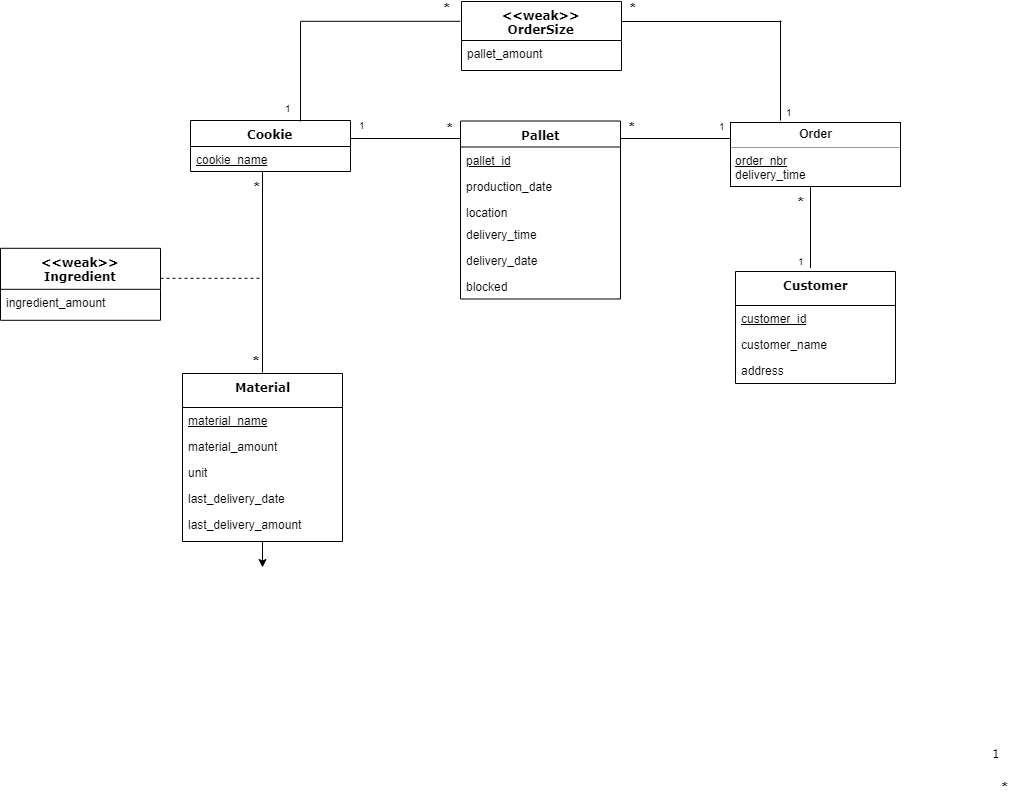
This is krusty_uml.png from davidjungermann/EDAF75-Project, a draw.io export, as it was before one commit. Source tidied: cells renumbered, new cells last; positions are measured from the earlier drawing's top-left corner, leaving out a move shared by most shapes. Its diagram source:
```xml
<mxGraphModel background="#ffffff">
  <root>
    <mxCell id="0" />
    <mxCell id="1" parent="0" />
    <mxCell id="2" value="Customer" style="swimlane;html=1;fontStyle=1;align=center;verticalAlign=top;horizontal=1;startSize=34;swimlaneFillColor=#ffffff;rounded=0;shadow=0;comic=0;labelBackgroundColor=none;strokeColor=#000000;strokeWidth=1;fillColor=none;fontFamily=Verdana;fontSize=12;fontColor=#000000;" parent="1" vertex="1">
      <mxGeometry x="735" y="279" width="160" height="112" as="geometry" />
    </mxCell>
    <mxCell id="3" value="&lt;u&gt;customer_id&lt;/u&gt;" style="text;html=1;strokeColor=none;fillColor=none;align=left;verticalAlign=top;spacingLeft=4;spacingRight=4;whiteSpace=wrap;overflow=hidden;" parent="2" vertex="1">
      <mxGeometry y="34" width="160" height="26" as="geometry" />
    </mxCell>
    <mxCell id="4" value="customer_name" style="text;html=1;strokeColor=none;fillColor=none;align=left;verticalAlign=top;spacingLeft=4;spacingRight=4;whiteSpace=wrap;overflow=hidden;" parent="2" vertex="1">
      <mxGeometry y="60" width="160" height="26" as="geometry" />
    </mxCell>
    <mxCell id="5" value="address" style="text;html=1;strokeColor=none;fillColor=none;align=left;verticalAlign=top;spacingLeft=4;spacingRight=4;whiteSpace=wrap;overflow=hidden;" parent="2" vertex="1">
      <mxGeometry y="86" width="160" height="26" as="geometry" />
    </mxCell>
    <mxCell id="6" value="Pallet" style="swimlane;html=1;fontStyle=1;align=center;verticalAlign=top;horizontal=1;startSize=26;swimlaneFillColor=#ffffff;rounded=0;shadow=0;comic=0;labelBackgroundColor=none;strokeColor=#000000;strokeWidth=1;fillColor=none;fontFamily=Verdana;fontSize=12;fontColor=#000000;" parent="1" vertex="1">
      <mxGeometry x="460" y="128.5" width="160" height="178" as="geometry" />
    </mxCell>
    <mxCell id="7" value="&lt;u&gt;pallet_id&lt;/u&gt;" style="text;html=1;strokeColor=none;fillColor=none;align=left;verticalAlign=top;spacingLeft=4;spacingRight=4;whiteSpace=wrap;overflow=hidden;" parent="6" vertex="1">
      <mxGeometry y="26" width="160" height="26" as="geometry" />
    </mxCell>
    <mxCell id="8" value="production_date&lt;br&gt;" style="text;html=1;strokeColor=none;fillColor=none;align=left;verticalAlign=top;spacingLeft=4;spacingRight=4;whiteSpace=wrap;overflow=hidden;" parent="6" vertex="1">
      <mxGeometry y="52" width="160" height="26" as="geometry" />
    </mxCell>
    <mxCell id="9" value="location" style="text;html=1;strokeColor=none;fillColor=none;align=left;verticalAlign=top;spacingLeft=4;spacingRight=4;whiteSpace=wrap;overflow=hidden;" parent="6" vertex="1">
      <mxGeometry y="78" width="160" height="22" as="geometry" />
    </mxCell>
    <mxCell id="10" value="delivery_time" style="text;html=1;strokeColor=none;fillColor=none;align=left;verticalAlign=top;spacingLeft=4;spacingRight=4;whiteSpace=wrap;overflow=hidden;" parent="6" vertex="1">
      <mxGeometry y="100" width="160" height="26" as="geometry" />
    </mxCell>
    <mxCell id="11" value="delivery_date" style="text;html=1;strokeColor=none;fillColor=none;align=left;verticalAlign=top;spacingLeft=4;spacingRight=4;whiteSpace=wrap;overflow=hidden;" parent="6" vertex="1">
      <mxGeometry y="126" width="160" height="26" as="geometry" />
    </mxCell>
    <mxCell id="12" value="blocked" style="text;html=1;strokeColor=none;fillColor=none;align=left;verticalAlign=top;spacingLeft=4;spacingRight=4;whiteSpace=wrap;overflow=hidden;" parent="6" vertex="1">
      <mxGeometry y="152" width="160" height="26" as="geometry" />
    </mxCell>
    <mxCell id="13" value="Cookie" style="swimlane;html=1;fontStyle=1;align=center;verticalAlign=top;horizontal=1;startSize=26;swimlaneFillColor=#ffffff;rounded=0;shadow=0;comic=0;labelBackgroundColor=none;strokeColor=#000000;strokeWidth=1;fillColor=none;fontFamily=Verdana;fontSize=12;fontColor=#000000;" parent="1" vertex="1">
      <mxGeometry x="190" y="128" width="160" height="51" as="geometry" />
    </mxCell>
    <mxCell id="14" value="&lt;div style=&quot;text-align: center&quot;&gt;&lt;span&gt;&lt;u&gt;cookie_name&lt;/u&gt;&lt;/span&gt;&lt;/div&gt;" style="text;html=1;strokeColor=none;fillColor=none;align=left;verticalAlign=top;spacingLeft=4;spacingRight=4;whiteSpace=wrap;overflow=hidden;points=[[0,0.5],[1,0.5]];portConstraint=eastwest;" parent="13" vertex="1">
      <mxGeometry y="26" width="160" height="24" as="geometry" />
    </mxCell>
    <mxCell id="15" value="&amp;lt;&amp;lt;weak&amp;gt;&amp;gt;&lt;br&gt;Ingredient&lt;br&gt;" style="swimlane;html=1;fontStyle=1;align=center;verticalAlign=top;horizontal=1;startSize=41;swimlaneFillColor=#ffffff;rounded=0;shadow=0;comic=0;labelBackgroundColor=none;strokeColor=#000000;strokeWidth=1;fillColor=none;fontFamily=Verdana;fontSize=12;fontColor=#000000;" parent="1" vertex="1">
      <mxGeometry y="255.8" width="160" height="72" as="geometry" />
    </mxCell>
    <mxCell id="16" value="ingredient_amount" style="text;html=1;strokeColor=none;fillColor=none;align=left;verticalAlign=top;spacingLeft=4;spacingRight=4;whiteSpace=wrap;overflow=hidden;" parent="15" vertex="1">
      <mxGeometry y="41" width="160" height="19" as="geometry" />
    </mxCell>
    <mxCell id="17" value="&lt;p style=&quot;margin: 0px ; margin-top: 4px ; text-align: center&quot;&gt;&lt;b&gt;Order&lt;/b&gt;&lt;/p&gt;&lt;hr size=&quot;1&quot;&gt;&lt;p style=&quot;margin: 0px ; margin-left: 4px&quot;&gt;&lt;u&gt;order_nbr&lt;/u&gt;&lt;/p&gt;&lt;p style=&quot;margin: 0px ; margin-left: 4px&quot;&gt;delivery_time&lt;/p&gt;&lt;hr size=&quot;1&quot;&gt;&lt;p style=&quot;margin: 0px ; margin-left: 4px&quot;&gt;&lt;br&gt;&lt;/p&gt;" style="verticalAlign=top;align=left;overflow=fill;fontSize=12;fontFamily=Helvetica;html=1;rounded=0;shadow=0;comic=0;labelBackgroundColor=none;strokeColor=#000000;strokeWidth=1;fillColor=#ffffff;" parent="1" vertex="1">
      <mxGeometry x="730" y="130" width="170" height="64" as="geometry" />
    </mxCell>
    <mxCell id="18" value="1" style="text;html=1;align=center;verticalAlign=middle;labelBackgroundColor=#ffffff;fontSize=12;fontFamily=Verdana;fontColor=#000000;" parent="1" vertex="1">
      <mxGeometry x="0.89" y="-1" relative="1" as="geometry">
        <mxPoint x="-5" y="-9" as="offset" />
      </mxGeometry>
    </mxCell>
    <mxCell id="19" style="endArrow=none;html=1;edgeStyle=orthogonalEdgeStyle;fontSize=15;exitX=0.5;exitY=0;exitDx=0;exitDy=0;entryX=0.45;entryY=1.042;entryDx=0;entryDy=0;entryPerimeter=0;" parent="1" edge="1" target="14">
      <mxGeometry relative="1" as="geometry">
        <mxPoint x="262" y="380" as="sourcePoint" />
      </mxGeometry>
    </mxCell>
    <mxCell id="20" value="*" style="html=1;align=left;verticalAlign=bottom;labelBackgroundColor=#ffffff;fontSize=16;fontStyle=1;" parent="19" vertex="1">
      <mxGeometry x="-1" relative="1" as="geometry">
        <mxPoint x="-12" y="1" as="offset" />
      </mxGeometry>
    </mxCell>
    <mxCell id="21" value="*" style="html=1;align=right;verticalAlign=bottom;labelBackgroundColor=#ffffff;fontSize=15;fontStyle=1;" parent="19" vertex="1">
      <mxGeometry x="1" relative="1" as="geometry">
        <mxPoint y="27" as="offset" />
      </mxGeometry>
    </mxCell>
    <mxCell id="22" style="edgeStyle=orthogonalEdgeStyle;rounded=0;jettySize=auto;html=1;exitX=0.5;exitY=1;exitDx=0;exitDy=0;" parent="1" edge="1" source="23">
      <mxGeometry relative="1" as="geometry">
        <mxPoint x="262" y="574.8" as="targetPoint" />
      </mxGeometry>
    </mxCell>
    <mxCell id="23" value="Material" style="swimlane;html=1;fontStyle=1;align=center;verticalAlign=top;horizontal=1;startSize=34;swimlaneFillColor=#ffffff;rounded=0;shadow=0;comic=0;labelBackgroundColor=none;strokeColor=#000000;strokeWidth=1;fillColor=none;fontFamily=Verdana;fontSize=12;fontColor=#000000;" parent="1" vertex="1">
      <mxGeometry x="182" y="381" width="160" height="168" as="geometry" />
    </mxCell>
    <mxCell id="24" value="&lt;u&gt;material_name&lt;/u&gt;" style="text;html=1;strokeColor=none;fillColor=none;align=left;verticalAlign=top;spacingLeft=4;spacingRight=4;whiteSpace=wrap;overflow=hidden;" parent="23" vertex="1">
      <mxGeometry y="34" width="160" height="26" as="geometry" />
    </mxCell>
    <mxCell id="25" value="material_amount" style="text;html=1;strokeColor=none;fillColor=none;align=left;verticalAlign=top;spacingLeft=4;spacingRight=4;whiteSpace=wrap;overflow=hidden;" parent="23" vertex="1">
      <mxGeometry y="60" width="160" height="26" as="geometry" />
    </mxCell>
    <mxCell id="26" value="unit" style="text;html=1;strokeColor=none;fillColor=none;align=left;verticalAlign=top;spacingLeft=4;spacingRight=4;whiteSpace=wrap;overflow=hidden;" parent="23" vertex="1">
      <mxGeometry y="86" width="160" height="26" as="geometry" />
    </mxCell>
    <mxCell id="27" value="last_delivery_date" style="text;html=1;strokeColor=none;fillColor=none;align=left;verticalAlign=top;spacingLeft=4;spacingRight=4;whiteSpace=wrap;overflow=hidden;" parent="23" vertex="1">
      <mxGeometry y="112" width="160" height="26" as="geometry" />
    </mxCell>
    <mxCell id="28" value="last_delivery_amount" style="text;html=1;strokeColor=none;fillColor=none;align=left;verticalAlign=top;spacingLeft=4;spacingRight=4;whiteSpace=wrap;overflow=hidden;" parent="23" vertex="1">
      <mxGeometry y="138" width="160" height="26" as="geometry" />
    </mxCell>
    <mxCell id="29" style="endArrow=none;dashed=1;html=1;fontSize=16;exitX=0.985;exitY=-0.011;exitDx=0;exitDy=0;exitPerimeter=0;" parent="1" edge="1">
      <mxGeometry relative="1" as="geometry">
        <mxPoint x="160" y="285.8" as="sourcePoint" />
        <mxPoint x="262" y="285.8" as="targetPoint" />
      </mxGeometry>
    </mxCell>
    <mxCell id="30" value="&amp;lt;&amp;lt;weak&amp;gt;&amp;gt;&lt;br&gt;OrderSize&lt;br&gt;" style="swimlane;html=1;fontStyle=1;align=center;verticalAlign=top;horizontal=1;startSize=39;swimlaneFillColor=#ffffff;rounded=0;shadow=0;comic=0;labelBackgroundColor=none;strokeColor=#000000;strokeWidth=1;fillColor=none;fontFamily=Verdana;fontSize=12;fontColor=#000000;" parent="1" vertex="1">
      <mxGeometry x="461" y="9" width="160" height="69" as="geometry" />
    </mxCell>
    <mxCell id="31" value="pallet_amount" style="text;html=1;strokeColor=none;fillColor=none;align=left;verticalAlign=top;spacingLeft=4;spacingRight=4;whiteSpace=wrap;overflow=hidden;" parent="30" vertex="1">
      <mxGeometry y="39" width="160" height="26" as="geometry" />
    </mxCell>
    <mxCell id="32" style="endArrow=none;html=1;fontSize=16;" parent="1" edge="1">
      <mxGeometry relative="1" as="geometry">
        <mxPoint x="350" y="146" as="sourcePoint" />
        <mxPoint x="460" y="146" as="targetPoint" />
      </mxGeometry>
    </mxCell>
    <mxCell id="33" value="*" style="html=1;align=right;verticalAlign=bottom;labelBackgroundColor=#ffffff;fontSize=15;fontStyle=1;" parent="1" vertex="1">
      <mxGeometry x="1" relative="1" as="geometry">
        <mxPoint x="10" y="37" as="offset" />
      </mxGeometry>
    </mxCell>
    <mxCell id="34" value="1" style="html=1;align=right;verticalAlign=bottom;labelBackgroundColor=#ffffff;fontSize=10;fontStyle=0;" parent="1" vertex="1">
      <mxGeometry x="367" y="113.5" as="geometry">
        <mxPoint y="27" as="offset" />
      </mxGeometry>
    </mxCell>
    <mxCell id="35" value="*" style="html=1;align=right;verticalAlign=bottom;labelBackgroundColor=#ffffff;fontSize=15;fontStyle=1;" parent="1" vertex="1">
      <mxGeometry x="455" y="120" as="geometry">
        <mxPoint y="27" as="offset" />
      </mxGeometry>
    </mxCell>
    <mxCell id="36" style="endArrow=none;html=1;fontSize=16;" parent="1" edge="1">
      <mxGeometry relative="1" as="geometry">
        <mxPoint x="620" y="146" as="sourcePoint" />
        <mxPoint x="730" y="146" as="targetPoint" />
      </mxGeometry>
    </mxCell>
    <mxCell id="37" value="1" style="html=1;align=right;verticalAlign=bottom;labelBackgroundColor=#ffffff;fontSize=10;fontStyle=0;" parent="1" vertex="1">
      <mxGeometry x="727" y="115" as="geometry">
        <mxPoint y="27" as="offset" />
      </mxGeometry>
    </mxCell>
    <mxCell id="38" style="endArrow=none;html=1;edgeStyle=orthogonalEdgeStyle;fontSize=15;" parent="1" edge="1">
      <mxGeometry relative="1" as="geometry">
        <mxPoint x="810" y="275.5" as="sourcePoint" />
        <mxPoint x="810" y="194" as="targetPoint" />
      </mxGeometry>
    </mxCell>
    <mxCell id="39" value="1" style="html=1;align=left;verticalAlign=bottom;labelBackgroundColor=#ffffff;fontSize=10;fontStyle=0;" parent="38" vertex="1">
      <mxGeometry x="-1" relative="1" as="geometry">
        <mxPoint x="-15" y="1" as="offset" />
      </mxGeometry>
    </mxCell>
    <mxCell id="40" value="*" style="html=1;align=right;verticalAlign=bottom;labelBackgroundColor=#ffffff;fontSize=15;fontStyle=1;" parent="38" vertex="1">
      <mxGeometry x="1" relative="1" as="geometry">
        <mxPoint x="-4" y="27" as="offset" />
      </mxGeometry>
    </mxCell>
    <mxCell id="41" value="*" style="html=1;align=right;verticalAlign=bottom;labelBackgroundColor=#ffffff;fontSize=15;fontStyle=1;" parent="1" vertex="1">
      <mxGeometry x="637" y="119" as="geometry">
        <mxPoint y="27" as="offset" />
      </mxGeometry>
    </mxCell>
    <mxCell id="42" style="endArrow=none;html=1;edgeStyle=orthogonalEdgeStyle;fontSize=10;" parent="1" edge="1">
      <mxGeometry relative="1" as="geometry">
        <mxPoint x="300" y="28.8" as="sourcePoint" />
        <mxPoint x="460" y="28.8" as="targetPoint" />
      </mxGeometry>
    </mxCell>
    <mxCell id="43" style="endArrow=none;html=1;edgeStyle=orthogonalEdgeStyle;fontSize=10;" parent="1" edge="1">
      <mxGeometry relative="1" as="geometry">
        <mxPoint x="621" y="29" as="sourcePoint" />
        <mxPoint x="781" y="29" as="targetPoint" />
      </mxGeometry>
    </mxCell>
    <mxCell id="44" style="endArrow=none;html=1;fontSize=10;exitX=0.688;exitY=0.017;exitDx=0;exitDy=0;exitPerimeter=0;" parent="1" edge="1" source="13">
      <mxGeometry relative="1" as="geometry">
        <mxPoint x="300" y="29" as="targetPoint" />
      </mxGeometry>
    </mxCell>
    <mxCell id="45" style="endArrow=none;html=1;fontSize=10;exitX=0.688;exitY=0.017;exitDx=0;exitDy=0;exitPerimeter=0;" parent="1" edge="1">
      <mxGeometry relative="1" as="geometry">
        <mxPoint x="780" y="128" as="sourcePoint" />
        <mxPoint x="780" y="28" as="targetPoint" />
      </mxGeometry>
    </mxCell>
    <mxCell id="46" value="*" style="html=1;align=right;verticalAlign=bottom;labelBackgroundColor=#ffffff;fontSize=15;fontStyle=1;" parent="1" vertex="1">
      <mxGeometry x="452" as="geometry">
        <mxPoint y="27" as="offset" />
      </mxGeometry>
    </mxCell>
    <mxCell id="47" value="1" style="html=1;align=right;verticalAlign=bottom;labelBackgroundColor=#ffffff;fontSize=10;fontStyle=0;" parent="1" vertex="1">
      <mxGeometry x="293" y="97" as="geometry">
        <mxPoint y="27" as="offset" />
      </mxGeometry>
    </mxCell>
    <mxCell id="48" value="1" style="html=1;align=right;verticalAlign=bottom;labelBackgroundColor=#ffffff;fontSize=10;fontStyle=0;" parent="1" vertex="1">
      <mxGeometry x="794" y="101" as="geometry">
        <mxPoint y="27" as="offset" />
      </mxGeometry>
    </mxCell>
    <mxCell id="49" value="*" style="html=1;align=right;verticalAlign=bottom;labelBackgroundColor=#ffffff;fontSize=15;fontStyle=1;" parent="1" vertex="1">
      <mxGeometry x="638" as="geometry">
        <mxPoint y="27" as="offset" />
      </mxGeometry>
    </mxCell>
  </root>
</mxGraphModel>
```
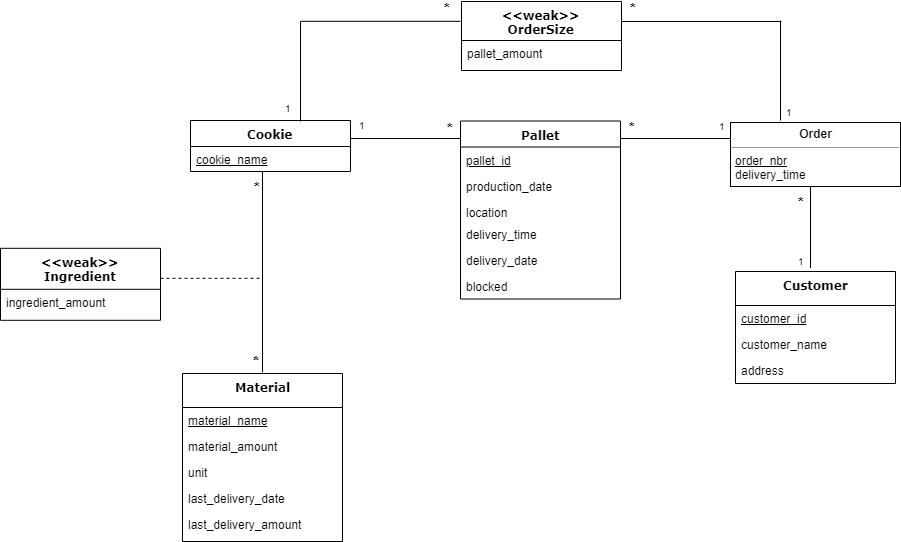
The same diagram one commit later.

What changed in the source:
```diff
@@ -50,11 +50,6 @@
     <mxCell id="17" value="&lt;p style=&quot;margin: 0px ; margin-top: 4px ; text-align: center&quot;&gt;&lt;b&gt;Order&lt;/b&gt;&lt;/p&gt;&lt;hr size=&quot;1&quot;&gt;&lt;p style=&quot;margin: 0px ; margin-left: 4px&quot;&gt;&lt;u&gt;order_nbr&lt;/u&gt;&lt;/p&gt;&lt;p style=&quot;margin: 0px ; margin-left: 4px&quot;&gt;delivery_time&lt;/p&gt;&lt;hr size=&quot;1&quot;&gt;&lt;p style=&quot;margin: 0px ; margin-left: 4px&quot;&gt;&lt;br&gt;&lt;/p&gt;" style="verticalAlign=top;align=left;overflow=fill;fontSize=12;fontFamily=Helvetica;html=1;rounded=0;shadow=0;comic=0;labelBackgroundColor=none;strokeColor=#000000;strokeWidth=1;fillColor=#ffffff;" parent="1" vertex="1">
       <mxGeometry x="730" y="130" width="170" height="64" as="geometry" />
     </mxCell>
-    <mxCell id="18" value="1" style="text;html=1;align=center;verticalAlign=middle;labelBackgroundColor=#ffffff;fontSize=12;fontFamily=Verdana;fontColor=#000000;" parent="1" vertex="1">
-      <mxGeometry x="0.89" y="-1" relative="1" as="geometry">
-        <mxPoint x="-5" y="-9" as="offset" />
-      </mxGeometry>
-    </mxCell>
     <mxCell id="19" style="endArrow=none;html=1;edgeStyle=orthogonalEdgeStyle;fontSize=15;exitX=0.5;exitY=0;exitDx=0;exitDy=0;entryX=0.45;entryY=1.042;entryDx=0;entryDy=0;entryPerimeter=0;" parent="1" edge="1" target="14">
       <mxGeometry relative="1" as="geometry">
         <mxPoint x="262" y="380" as="sourcePoint" />
@@ -70,11 +65,6 @@
         <mxPoint y="27" as="offset" />
       </mxGeometry>
     </mxCell>
-    <mxCell id="22" style="edgeStyle=orthogonalEdgeStyle;rounded=0;jettySize=auto;html=1;exitX=0.5;exitY=1;exitDx=0;exitDy=0;" parent="1" edge="1" source="23">
-      <mxGeometry relative="1" as="geometry">
-        <mxPoint x="262" y="574.8" as="targetPoint" />
-      </mxGeometry>
-    </mxCell>
     <mxCell id="23" value="Material" style="swimlane;html=1;fontStyle=1;align=center;verticalAlign=top;horizontal=1;startSize=34;swimlaneFillColor=#ffffff;rounded=0;shadow=0;comic=0;labelBackgroundColor=none;strokeColor=#000000;strokeWidth=1;fillColor=none;fontFamily=Verdana;fontSize=12;fontColor=#000000;" parent="1" vertex="1">
       <mxGeometry x="182" y="381" width="160" height="168" as="geometry" />
     </mxCell>
@@ -111,11 +101,6 @@
         <mxPoint x="460" y="146" as="targetPoint" />
       </mxGeometry>
     </mxCell>
-    <mxCell id="33" value="*" style="html=1;align=right;verticalAlign=bottom;labelBackgroundColor=#ffffff;fontSize=15;fontStyle=1;" parent="1" vertex="1">
-      <mxGeometry x="1" relative="1" as="geometry">
-        <mxPoint x="10" y="37" as="offset" />
-      </mxGeometry>
-    </mxCell>
     <mxCell id="34" value="1" style="html=1;align=right;verticalAlign=bottom;labelBackgroundColor=#ffffff;fontSize=10;fontStyle=0;" parent="1" vertex="1">
       <mxGeometry x="367" y="113.5" as="geometry">
         <mxPoint y="27" as="offset" />
```
